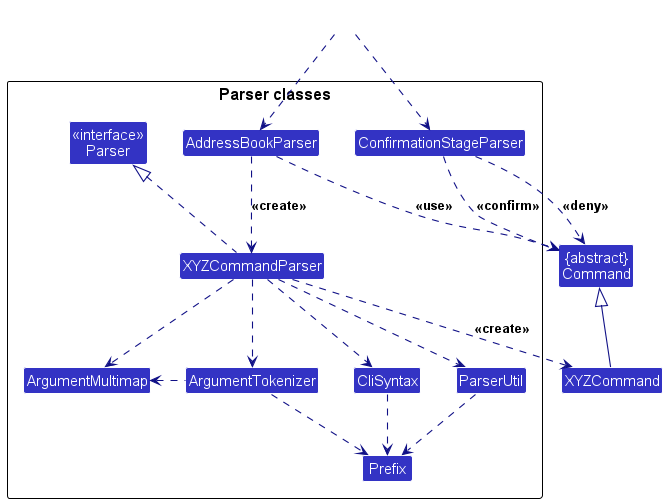
leeweiming3/tp keeps this PlantUML diagram as docs/images/ParserClasses.png. Above is the earlier version.
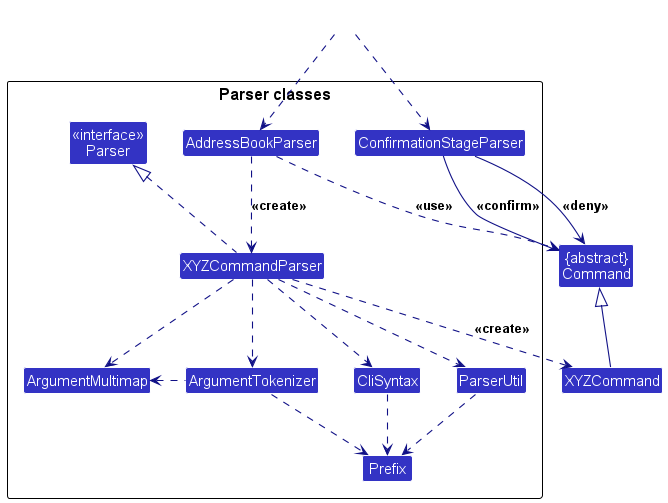
Above is the later version.

Diff of the diagram source:
```diff
@@ -24,8 +24,8 @@
 HiddenOutside ..> AddressBookParser
 AddressBookParser .down.> XYZCommandParser: <<create>>
 
-ConfirmationStageParser ..> Command: <<confirm>>
-ConfirmationStageParser ..> Command: <<deny>>
+ConfirmationStageParser --> Command: <<confirm>>
+ConfirmationStageParser --> Command: <<deny>>
 XYZCommandParser ..> XYZCommand : <<create>>
 AddressBookParser ..> Command : <<use>>
 XYZCommandParser .up.|> Parser
```
